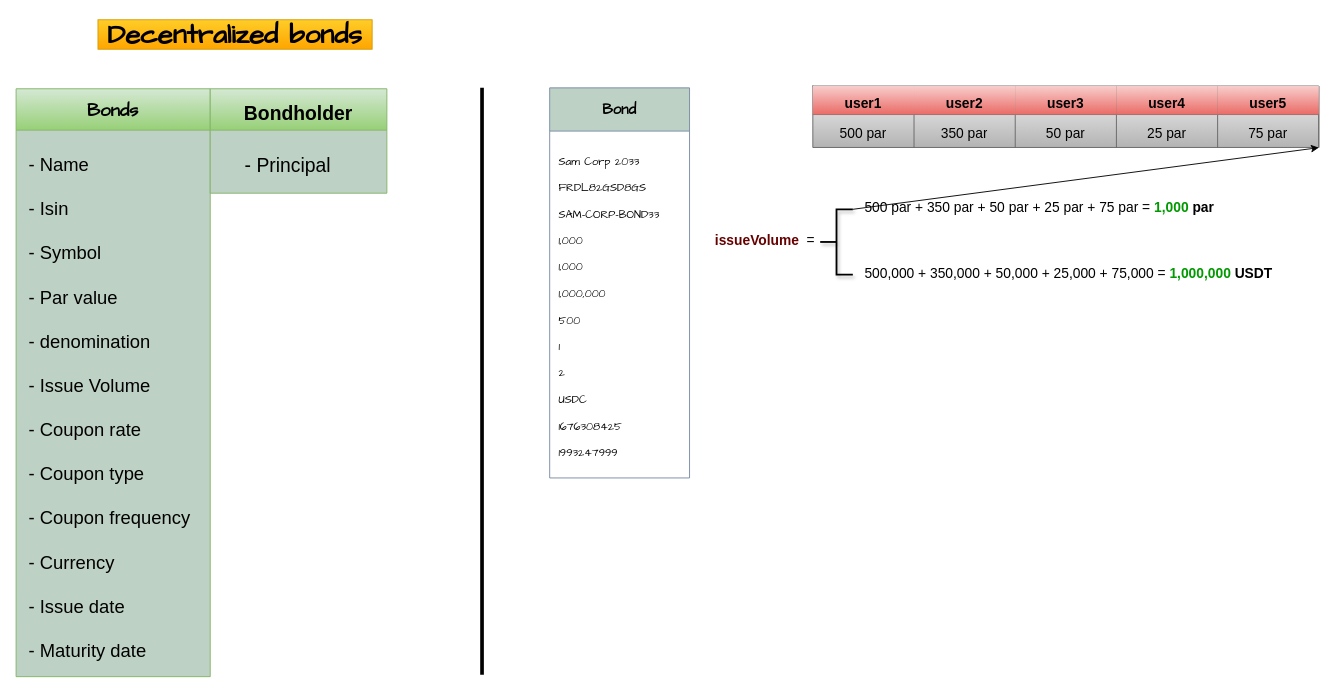
Edoumou/drawings keeps this draw.io diagram as bonds.drawio. Above is the earlier version. Source tidied: cells renumbered, new cells numbered last; positions are measured from the earlier drawing's top-left corner, leaving out a move shared by most shapes. Both pictures are drawn from the tidied source at 92%, with x=0, y=0 at pixel (16, 19).
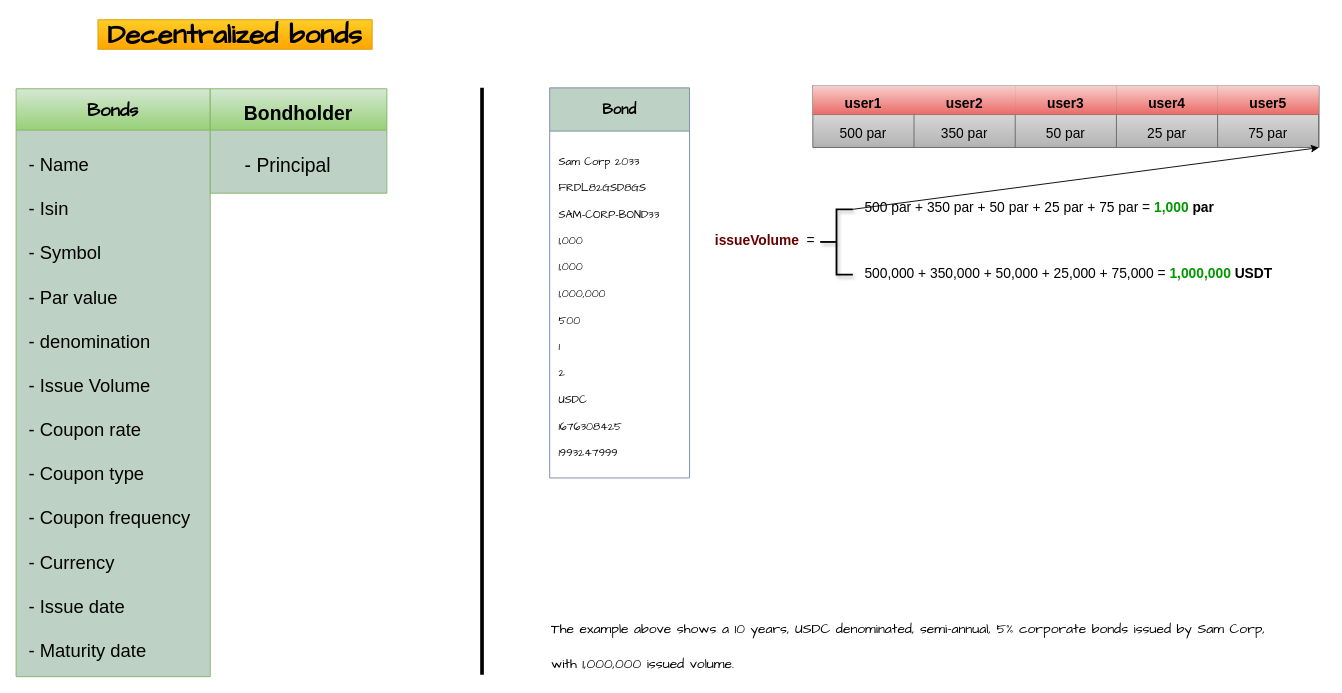
Above is the later version.

Change to the diagram source:
```diff
@@
+    <mxCell id="29" value="&lt;font face=&quot;Comic Sans MS&quot; color=&quot;#000000&quot;&gt;The example above shows a 10 years, USDC denominated, semi-annual, 5% corporate bonds issued by Sam Corp,&lt;br&gt;&lt;br&gt;with 1,000,000 issued volume.&amp;nbsp; &amp;nbsp;&lt;/font&gt;" style="text;html=1;align=left;verticalAlign=middle;strokeColor=none;fillColor=none;fontSize=15;fontFamily=Helvetica;fontColor=#660000;spacingBottom=0;" parent="1" vertex="1">
+      <mxGeometry x="580" y="647" width="797" height="67" as="geometry" />
+    </mxCell>
```
